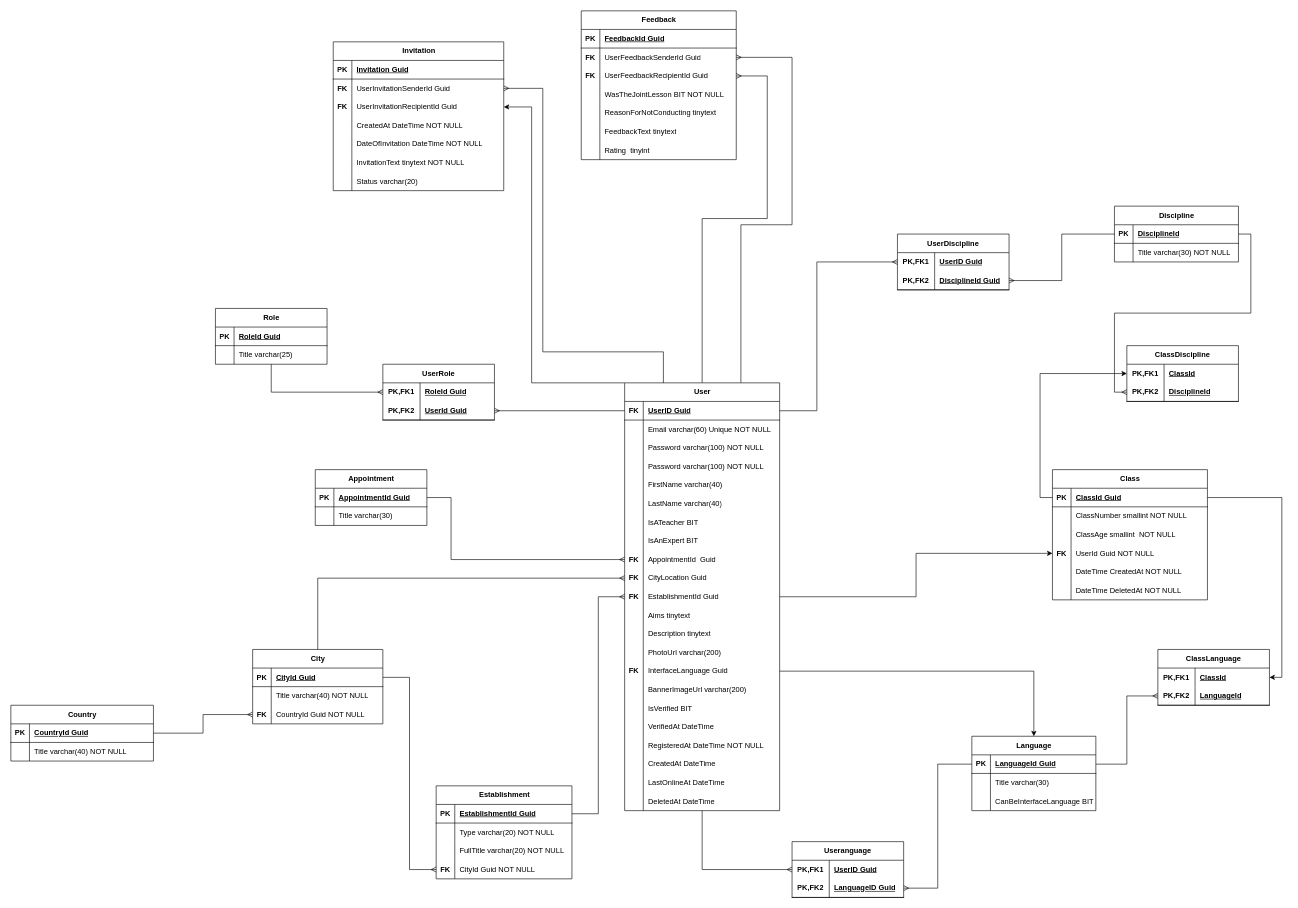
AlesBan/wonderworld keeps this draw.io diagram as General provisions/диаграмма_сущностей.drawio. Above is the earlier version. Source tidied: cells renumbered, new cells numbered last; positions are measured from the earlier drawing's top-left corner, leaving out a move shared by most shapes. Both pictures are drawn from the tidied source at 62%, with x=0, y=0 at pixel (11, 11).
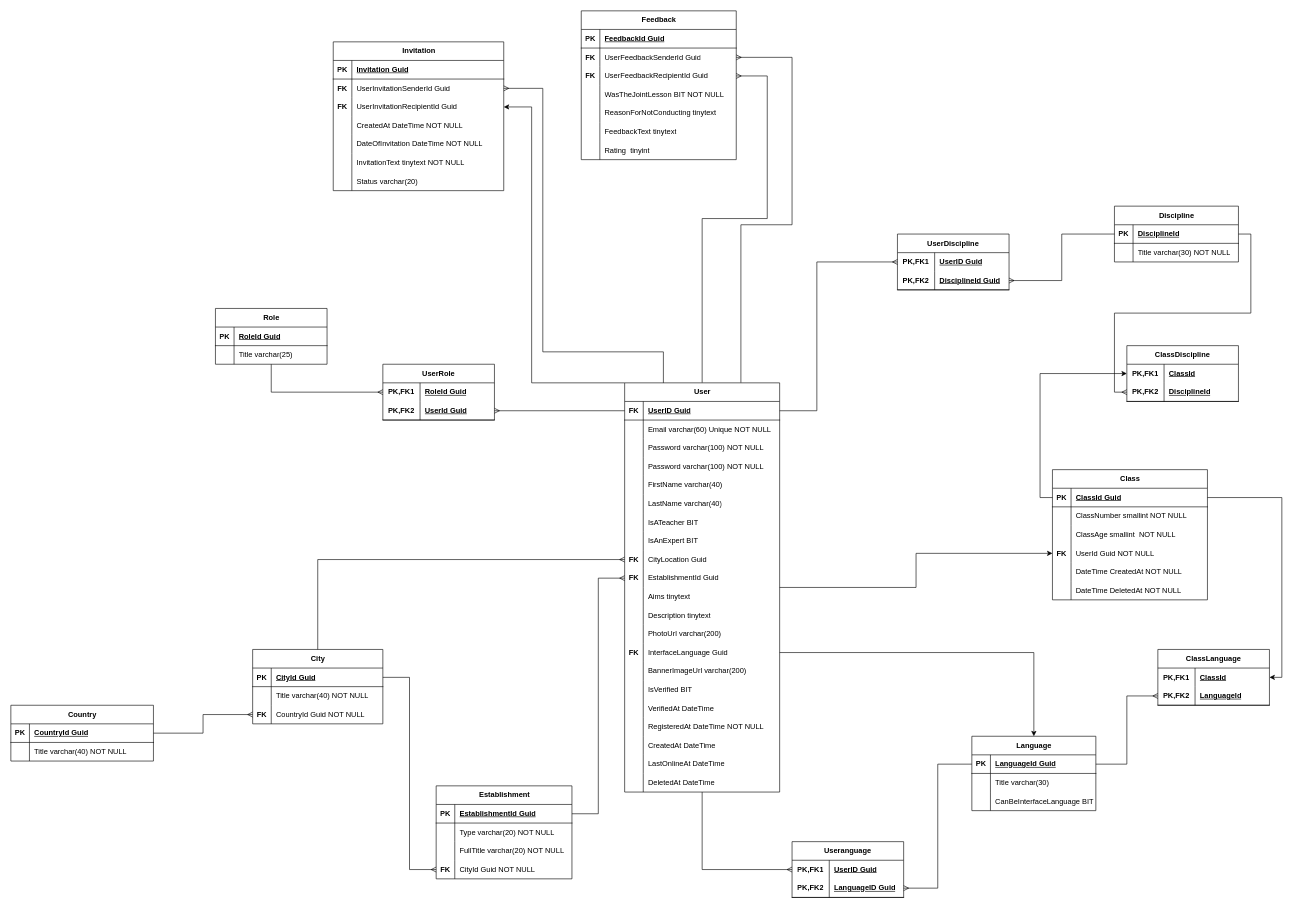
The same diagram, later.

Diff of the diagram source:
```diff
@@
     <mxCell id="7" value="User" style="shape=table;startSize=30;childLayout=tableLayout;rowLines=0;fontStyle=1;align=center;html=1;strokeWidth=1;" parent="1" vertex="1">
-      <mxGeometry x="990" y="600" width="250" height="690" as="geometry" />
+      <mxGeometry x="990" y="600" width="250" height="660" as="geometry" />
     </mxCell>
@@
-    <mxCell id="32" style="shape=tableRow;horizontal=0;startSize=0;swimlaneHead=0;swimlaneBody=0;fillColor=none;points=[[0,0.5],[1,0.5]];portConstraint=eastwest;top=0;left=0;right=0;bottom=0;strokeWidth=1;" parent="7" vertex="1">
-      <mxGeometry y="270" width="250" height="30" as="geometry" />
-    </mxCell>
-    <mxCell id="33" value="FK" style="shape=partialRectangle;fillColor=none;top=0;left=0;bottom=0;right=0;overflow=hidden;whiteSpace=wrap;html=1;strokeWidth=1;fontStyle=1;" parent="32" vertex="1">
-      <mxGeometry width="30" height="30" as="geometry" />
-    </mxCell>
-    <mxCell id="34" value="AppointmentId&amp;nbsp; Guid" style="shape=partialRectangle;fillColor=none;top=0;left=0;bottom=0;right=0;align=left;spacingLeft=6;overflow=hidden;whiteSpace=wrap;html=1;strokeWidth=1;" parent="32" vertex="1">
-      <mxGeometry x="30" width="220" height="30" as="geometry" />
-    </mxCell>
     <mxCell id="35" style="shape=tableRow;horizontal=0;startSize=0;swimlaneHead=0;swimlaneBody=0;fillColor=none;points=[[0,0.5],[1,0.5]];portConstraint=eastwest;top=0;left=0;right=0;bottom=0;strokeWidth=1;" parent="7" vertex="1">
-      <mxGeometry y="300" width="250" height="30" as="geometry" />
+      <mxGeometry y="270" width="250" height="30" as="geometry" />
     </mxCell>
@@
     <mxCell id="38" style="shape=tableRow;horizontal=0;startSize=0;swimlaneHead=0;swimlaneBody=0;fillColor=none;points=[[0,0.5],[1,0.5]];portConstraint=eastwest;top=0;left=0;right=0;bottom=0;strokeWidth=1;" parent="7" vertex="1">
-      <mxGeometry y="330" width="250" height="30" as="geometry" />
+      <mxGeometry y="300" width="250" height="30" as="geometry" />
     </mxCell>
@@
     <mxCell id="41" style="shape=tableRow;horizontal=0;startSize=0;swimlaneHead=0;swimlaneBody=0;fillColor=none;top=0;left=0;right=0;bottom=0;strokeWidth=1;" parent="7" vertex="1">
-      <mxGeometry y="360" width="250" height="30" as="geometry" />
+      <mxGeometry y="330" width="250" height="30" as="geometry" />
     </mxCell>
@@
     <mxCell id="44" style="shape=tableRow;horizontal=0;startSize=0;swimlaneHead=0;swimlaneBody=0;fillColor=none;top=0;left=0;right=0;bottom=0;strokeWidth=1;" parent="7" vertex="1">
-      <mxGeometry y="390" width="250" height="30" as="geometry" />
+      <mxGeometry y="360" width="250" height="30" as="geometry" />
     </mxCell>
@@
     <mxCell id="47" style="shape=tableRow;horizontal=0;startSize=0;swimlaneHead=0;swimlaneBody=0;fillColor=none;top=0;left=0;right=0;bottom=0;strokeWidth=1;" parent="7" vertex="1">
-      <mxGeometry y="420" width="250" height="30" as="geometry" />
+      <mxGeometry y="390" width="250" height="30" as="geometry" />
     </mxCell>
@@
     <mxCell id="50" style="shape=tableRow;horizontal=0;startSize=0;swimlaneHead=0;swimlaneBody=0;fillColor=none;points=[[0,0.5],[1,0.5]];portConstraint=eastwest;top=0;left=0;right=0;bottom=0;strokeWidth=1;" parent="7" vertex="1">
-      <mxGeometry y="450" width="250" height="30" as="geometry" />
+      <mxGeometry y="420" width="250" height="30" as="geometry" />
     </mxCell>
@@
     <mxCell id="53" style="shape=tableRow;horizontal=0;startSize=0;swimlaneHead=0;swimlaneBody=0;fillColor=none;top=0;left=0;right=0;bottom=0;strokeWidth=1;" parent="7" vertex="1">
-      <mxGeometry y="480" width="250" height="30" as="geometry" />
+      <mxGeometry y="450" width="250" height="30" as="geometry" />
     </mxCell>
@@
     <mxCell id="56" style="shape=tableRow;horizontal=0;startSize=0;swimlaneHead=0;swimlaneBody=0;fillColor=none;top=0;left=0;right=0;bottom=0;strokeWidth=1;" parent="7" vertex="1">
-      <mxGeometry y="510" width="250" height="30" as="geometry" />
+      <mxGeometry y="480" width="250" height="30" as="geometry" />
     </mxCell>
@@
     <mxCell id="59" style="shape=tableRow;horizontal=0;startSize=0;swimlaneHead=0;swimlaneBody=0;fillColor=none;top=0;left=0;right=0;bottom=0;strokeWidth=1;" parent="7" vertex="1">
-      <mxGeometry y="540" width="250" height="30" as="geometry" />
+      <mxGeometry y="510" width="250" height="30" as="geometry" />
     </mxCell>
@@
     <mxCell id="62" style="shape=tableRow;horizontal=0;startSize=0;swimlaneHead=0;swimlaneBody=0;fillColor=none;top=0;left=0;right=0;bottom=0;strokeWidth=1;" parent="7" vertex="1">
-      <mxGeometry y="570" width="250" height="30" as="geometry" />
+      <mxGeometry y="540" width="250" height="30" as="geometry" />
     </mxCell>
@@
     <mxCell id="65" style="shape=tableRow;horizontal=0;startSize=0;swimlaneHead=0;swimlaneBody=0;fillColor=none;top=0;left=0;right=0;bottom=0;strokeWidth=1;" parent="7" vertex="1">
-      <mxGeometry y="600" width="250" height="30" as="geometry" />
+      <mxGeometry y="570" width="250" height="30" as="geometry" />
     </mxCell>
@@
     <mxCell id="68" style="shape=tableRow;horizontal=0;startSize=0;swimlaneHead=0;swimlaneBody=0;fillColor=none;top=0;left=0;right=0;bottom=0;strokeWidth=1;" parent="7" vertex="1">
-      <mxGeometry y="630" width="250" height="30" as="geometry" />
+      <mxGeometry y="600" width="250" height="30" as="geometry" />
     </mxCell>
@@
     <mxCell id="71" style="shape=tableRow;horizontal=0;startSize=0;swimlaneHead=0;swimlaneBody=0;fillColor=none;top=0;left=0;right=0;bottom=0;strokeWidth=1;" parent="7" vertex="1">
-      <mxGeometry y="660" width="250" height="30" as="geometry" />
+      <mxGeometry y="630" width="250" height="30" as="geometry" />
     </mxCell>
@@
-    <mxCell id="174" value="Appointment" style="shape=table;startSize=30;childLayout=tableLayout;rowLines=0;fontStyle=1;align=center;html=1;strokeWidth=1;" parent="1" vertex="1">
-      <mxGeometry x="491" y="740" width="180" height="90" as="geometry" />
-    </mxCell>
-    <mxCell id="175" style="shape=tableRow;horizontal=0;startSize=0;swimlaneHead=0;swimlaneBody=0;fillColor=none;points=[[0,0.5],[1,0.5]];portConstraint=eastwest;top=0;left=0;right=0;bottom=1;strokeWidth=1;" parent="174" vertex="1">
-      <mxGeometry y="30" width="180" height="30" as="geometry" />
-    </mxCell>
-    <mxCell id="176" value="PK" style="shape=partialRectangle;fillColor=none;top=0;left=0;bottom=0;right=0;fontStyle=1;overflow=hidden;whiteSpace=wrap;html=1;strokeWidth=1;" parent="175" vertex="1">
-      <mxGeometry width="30" height="30" as="geometry" />
-    </mxCell>
-    <mxCell id="177" value="AppointmentId Guid" style="shape=partialRectangle;fillColor=none;top=0;left=0;bottom=0;right=0;align=left;spacingLeft=6;fontStyle=5;overflow=hidden;whiteSpace=wrap;html=1;strokeWidth=1;" parent="175" vertex="1">
-      <mxGeometry x="30" width="150" height="30" as="geometry" />
-    </mxCell>
-    <mxCell id="178" style="shape=tableRow;horizontal=0;startSize=0;swimlaneHead=0;swimlaneBody=0;fillColor=none;top=0;left=0;right=0;bottom=0;strokeWidth=1;" parent="174" vertex="1">
-      <mxGeometry y="60" width="180" height="30" as="geometry" />
-    </mxCell>
-    <mxCell id="179" style="shape=partialRectangle;fillColor=none;top=0;left=0;bottom=0;right=0;overflow=hidden;whiteSpace=wrap;html=1;strokeWidth=1;" parent="178" vertex="1">
-      <mxGeometry width="30" height="30" as="geometry" />
-    </mxCell>
-    <mxCell id="180" value="Title varchar(30)" style="shape=partialRectangle;fillColor=none;top=0;left=0;bottom=0;right=0;align=left;spacingLeft=6;overflow=hidden;whiteSpace=wrap;html=1;strokeWidth=1;" parent="178" vertex="1">
-      <mxGeometry x="30" width="150" height="30" as="geometry" />
-    </mxCell>
-    <mxCell id="181" style="edgeStyle=orthogonalEdgeStyle;rounded=0;jettySize=auto;html=1;entryX=0;entryY=0.5;entryDx=0;entryDy=0;endArrow=ERmany;endFill=0;" parent="1" edge="1" source="175" target="32">
-      <mxGeometry relative="1" as="geometry">
-        <Array as="points">
-          <mxPoint x="710" y="785" />
-          <mxPoint x="710" y="885" />
-        </Array>
-      </mxGeometry>
-    </mxCell>
```
